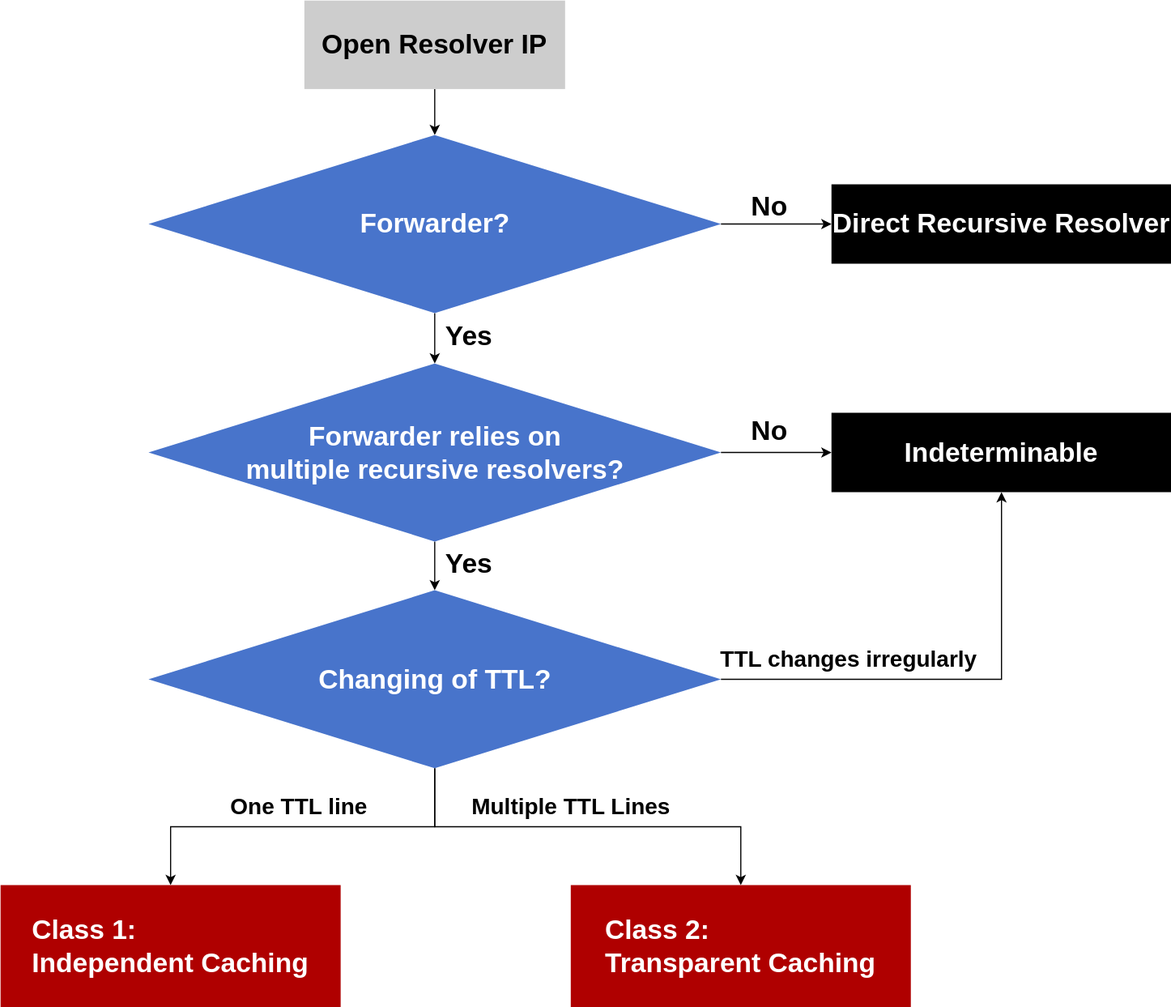
The draw.io diagram 流程图.svg in pythontha/Forwarder-cache, before a commit. Source tidied: cells renumbered, new cells last; positions are measured from the earlier drawing's top-left corner, leaving out a move shared by most shapes.
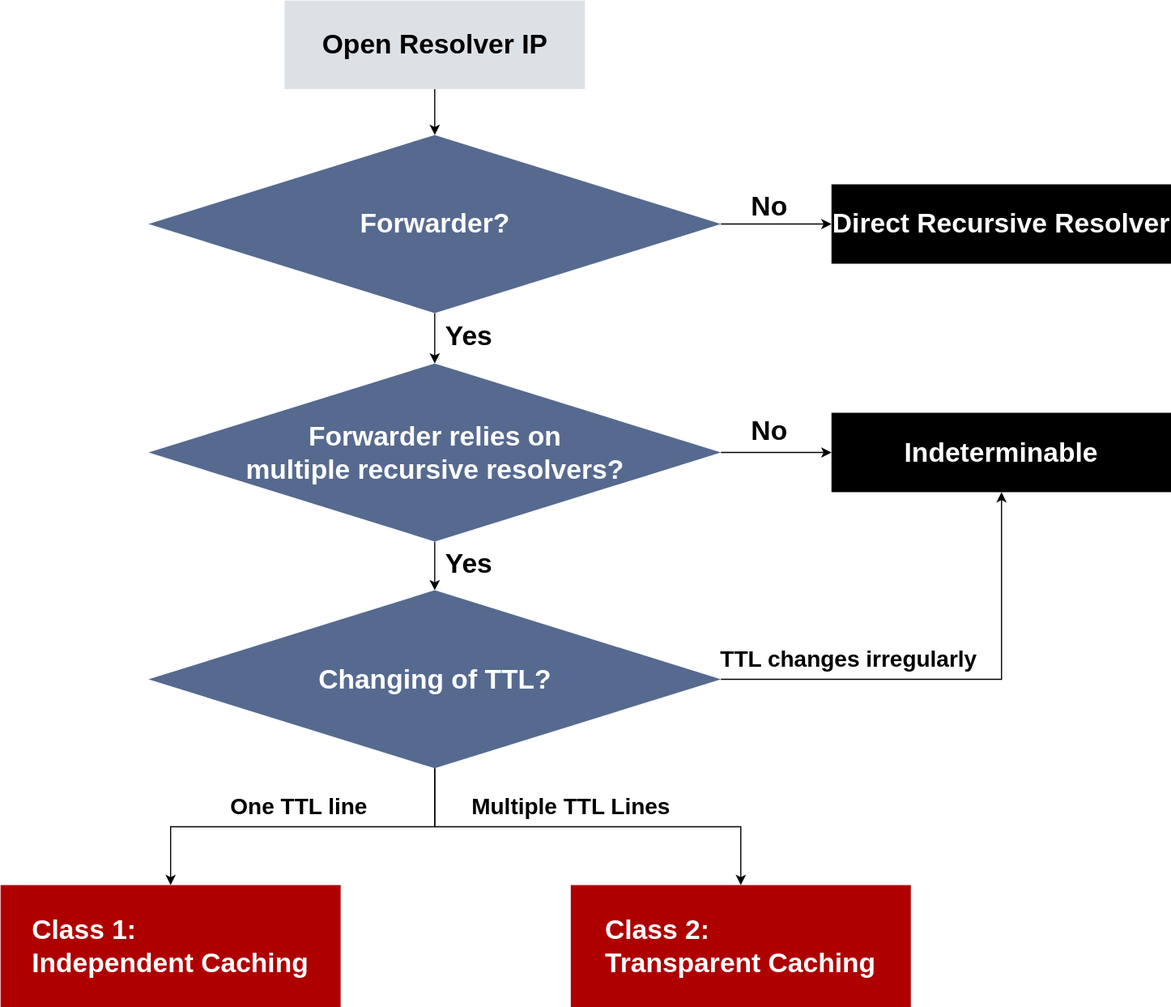
After the commit.

Commit message:
更新流程图.svg

What changed in the source:
```diff
@@ -5,8 +5,8 @@
     <mxCell id="2" style="edgeStyle=orthogonalEdgeStyle;rounded=0;jettySize=auto;html=1;entryX=0.5;entryY=0;entryDx=0;entryDy=0;" parent="1" edge="1" source="3" target="10">
       <mxGeometry relative="1" as="geometry" />
     </mxCell>
-    <mxCell id="3" value="&lt;font style=&quot;font-size: 24px;&quot;&gt;&lt;b style=&quot;&quot;&gt;Open Resolver IP&lt;/b&gt;&lt;/font&gt;" style="rounded=0;whiteSpace=wrap;html=1;fillColor=#CDCDCD;strokeColor=none;" parent="1" vertex="1">
-      <mxGeometry x="268" width="230" height="78" as="geometry" />
+    <mxCell id="3" value="&lt;font style=&quot;font-size: 24px;&quot;&gt;&lt;b style=&quot;&quot;&gt;Open Resolver IP&lt;/b&gt;&lt;/font&gt;" style="rounded=0;whiteSpace=wrap;html=1;fillColor=light-dark(#dce1e6, #3d3d3d);strokeColor=none;" parent="1" vertex="1">
+      <mxGeometry x="250.5" width="265" height="78" as="geometry" />
     </mxCell>
     <mxCell id="4" style="edgeStyle=orthogonalEdgeStyle;rounded=0;jettySize=auto;html=1;entryX=0.5;entryY=0;entryDx=0;entryDy=0;" parent="1" edge="1" source="7" target="16">
       <mxGeometry relative="1" as="geometry" />
@@ -17,7 +17,7 @@
     <mxCell id="6" style="edgeStyle=orthogonalEdgeStyle;rounded=0;jettySize=auto;html=1;entryX=0.5;entryY=1;entryDx=0;entryDy=0;" parent="1" edge="1" source="7" target="20">
       <mxGeometry relative="1" as="geometry" />
     </mxCell>
-    <mxCell id="7" value="&lt;font style=&quot;font-size: 24px;&quot; color=&quot;#ffffff&quot;&gt;&lt;b style=&quot;&quot;&gt;Changing of TTL?&lt;/b&gt;&lt;/font&gt;" style="rhombus;whiteSpace=wrap;html=1;rounded=0;strokeColor=none;fillColor=light-dark(#4874cb, #ededed);" parent="1" vertex="1">
+    <mxCell id="7" value="&lt;font style=&quot;font-size: 24px;&quot; color=&quot;#ffffff&quot;&gt;&lt;b style=&quot;&quot;&gt;Changing of TTL?&lt;/b&gt;&lt;/font&gt;" style="rhombus;whiteSpace=wrap;html=1;rounded=0;strokeColor=none;fillColor=light-dark(#566a90, #ededed);" parent="1" vertex="1">
       <mxGeometry x="130.5" y="520" width="505" height="157" as="geometry" />
     </mxCell>
     <mxCell id="8" style="edgeStyle=orthogonalEdgeStyle;rounded=0;jettySize=auto;html=1;entryX=0;entryY=0.5;entryDx=0;entryDy=0;" parent="1" edge="1" source="10" target="18">
@@ -26,7 +26,7 @@
     <mxCell id="9" style="edgeStyle=orthogonalEdgeStyle;rounded=0;jettySize=auto;html=1;entryX=0.5;entryY=0;entryDx=0;entryDy=0;" parent="1" edge="1" source="10" target="15">
       <mxGeometry relative="1" as="geometry" />
     </mxCell>
-    <mxCell id="10" value="&lt;font style=&quot;font-size: 24px;&quot; color=&quot;#ffffff&quot;&gt;&lt;b style=&quot;&quot;&gt;Forwarder?&lt;/b&gt;&lt;/font&gt;" style="rhombus;whiteSpace=wrap;html=1;rounded=0;fillColor=light-dark(#4874CB,#3A5EA4);strokeColor=none;" parent="1" vertex="1">
+    <mxCell id="10" value="&lt;font style=&quot;font-size: 24px;&quot; color=&quot;#ffffff&quot;&gt;&lt;b style=&quot;&quot;&gt;Forwarder?&lt;/b&gt;&lt;/font&gt;" style="rhombus;whiteSpace=wrap;html=1;rounded=0;fillColor=light-dark(#566a90, #3A5EA4);strokeColor=none;" parent="1" vertex="1">
       <mxGeometry x="130.5" y="118.5" width="505" height="157" as="geometry" />
     </mxCell>
     <mxCell id="11" value="&lt;font style=&quot;font-size: 24px;&quot;&gt;&lt;b style=&quot;&quot;&gt;Yes&lt;/b&gt;&lt;/font&gt;" style="text;html=1;align=center;verticalAlign=middle;strokeColor=none;fillColor=none;" parent="1" vertex="1">
@@ -41,7 +41,7 @@
     <mxCell id="14" style="edgeStyle=orthogonalEdgeStyle;rounded=0;jettySize=auto;html=1;entryX=0;entryY=0.5;entryDx=0;entryDy=0;" parent="1" edge="1" source="15" target="20">
       <mxGeometry relative="1" as="geometry" />
     </mxCell>
-    <mxCell id="15" value="&lt;font style=&quot;font-size: 24px;&quot; color=&quot;#ffffff&quot;&gt;&lt;b style=&quot;&quot;&gt;Forwarder relies on&lt;/b&gt;&lt;/font&gt;&lt;div&gt;&lt;font style=&quot;font-size: 24px;&quot; color=&quot;#ffffff&quot;&gt;&lt;b style=&quot;&quot;&gt;multiple recursive resolvers?&lt;/b&gt;&lt;/font&gt;&lt;/div&gt;" style="rhombus;whiteSpace=wrap;html=1;rounded=0;strokeColor=none;fillColor=light-dark(#4874cb, #ededed);" parent="1" vertex="1">
+    <mxCell id="15" value="&lt;font style=&quot;font-size: 24px;&quot; color=&quot;#ffffff&quot;&gt;&lt;b style=&quot;&quot;&gt;Forwarder relies on&lt;/b&gt;&lt;/font&gt;&lt;div&gt;&lt;font style=&quot;font-size: 24px;&quot; color=&quot;#ffffff&quot;&gt;&lt;b style=&quot;&quot;&gt;multiple recursive resolvers?&lt;/b&gt;&lt;/font&gt;&lt;/div&gt;" style="rhombus;whiteSpace=wrap;html=1;rounded=0;strokeColor=none;fillColor=light-dark(#566a90, #ededed);" parent="1" vertex="1">
       <mxGeometry x="130.5" y="320" width="505" height="157" as="geometry" />
     </mxCell>
     <mxCell id="16" value="&lt;div style=&quot;text-align: left;&quot;&gt;&lt;b style=&quot;&quot;&gt;&lt;font style=&quot;color: light-dark(rgb(255, 255, 255), rgb(237, 237, 237)); font-size: 24px;&quot;&gt;Class 1:&lt;/font&gt;&lt;/b&gt;&lt;/div&gt;&lt;font style=&quot;font-size: 24px;&quot; color=&quot;#ffffff&quot;&gt;&lt;b style=&quot;&quot;&gt;Independent Caching&lt;/b&gt;&lt;/font&gt;" style="whiteSpace=wrap;html=1;rounded=0;align=center;strokeColor=none;fillColor=light-dark(#af0000, #ededed);" parent="1" vertex="1">
```
